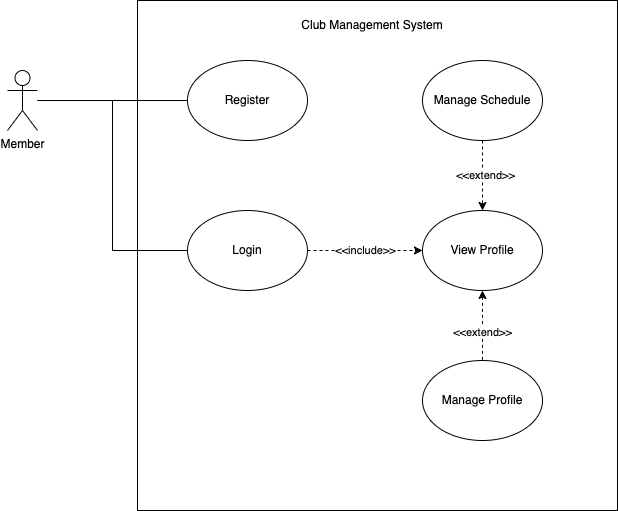
Earlier version of the draw.io export diagrams/member-use-cases.png (ArthurAtangana/club-management-system). Source tidied: cells renumbered, new cells last; positions are measured from the earlier drawing's top-left corner, leaving out a move shared by most shapes.
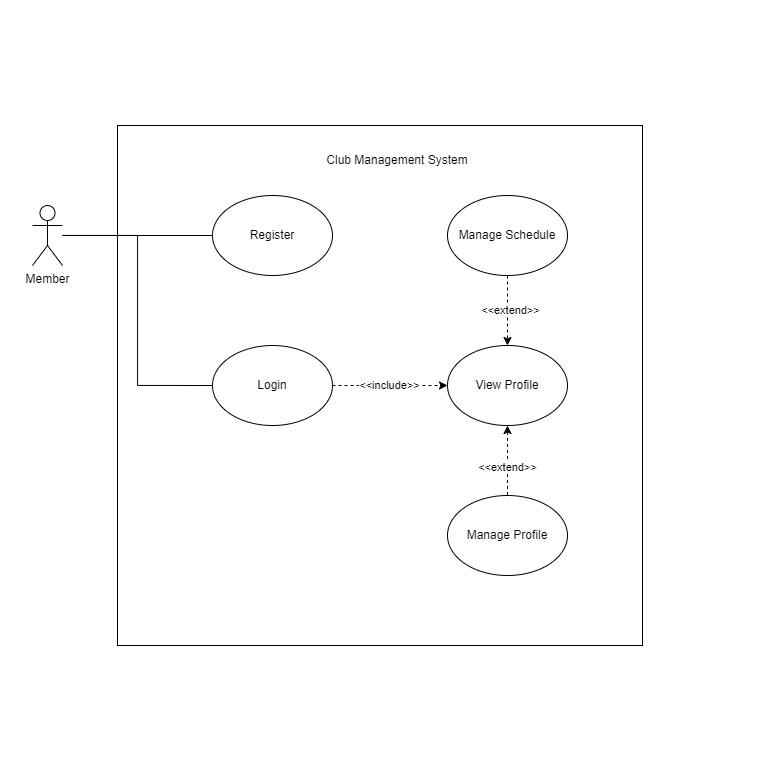
Later version of the same file.

Change to the diagram source:
```diff
@@ -2,8 +2,11 @@
   <root>
     <mxCell id="0" />
     <mxCell id="1" parent="0" />
+    <mxCell id="18" style="rounded=0;whiteSpace=wrap;html=1;strokeColor=none;" parent="1" vertex="1">
+      <mxGeometry x="-32" y="-135" width="780" height="770" as="geometry" />
+    </mxCell>
     <mxCell id="2" style="rounded=0;whiteSpace=wrap;html=1;gradientColor=none;" parent="1" vertex="1">
-      <mxGeometry x="130" width="480" height="510" as="geometry" />
+      <mxGeometry x="85" y="-10" width="525" height="520" as="geometry" />
     </mxCell>
     <mxCell id="3" style="edgeStyle=orthogonalEdgeStyle;rounded=0;jettySize=auto;html=1;endArrow=none;endFill=0;" parent="1" edge="1" source="5" target="6">
       <mxGeometry relative="1" as="geometry" />
```
